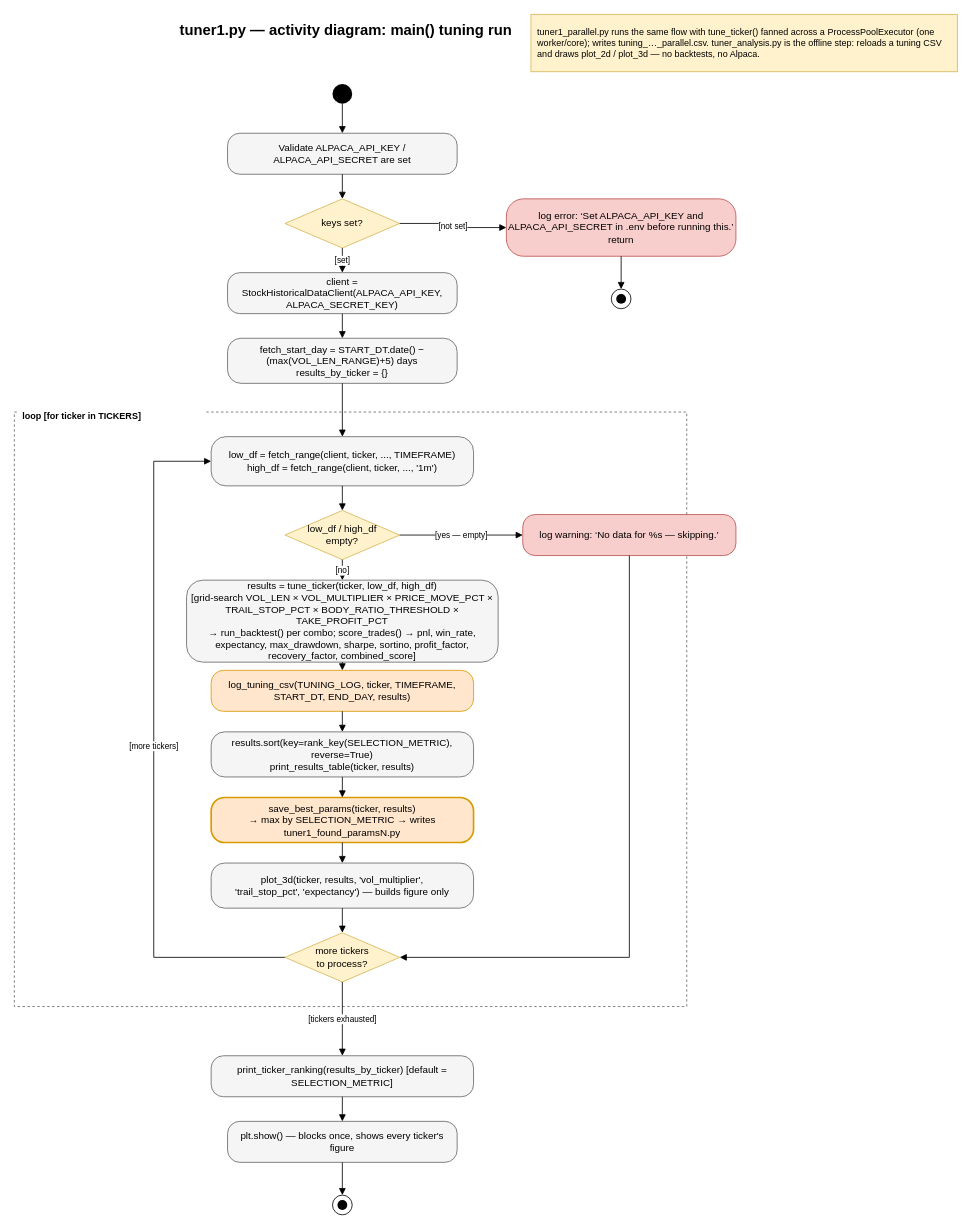
The draw.io diagram page "action_tuner1" (3 of 7) of system.drawio in artgme/r7trader, before the edit. Source tidied: cells renumbered, new cells numbered last; positions are measured from the earlier drawing's top-left corner, leaving out a move shared by most shapes. Both pictures are drawn from the tidied source at 82%, with x=0, y=0 at pixel (14, 14).
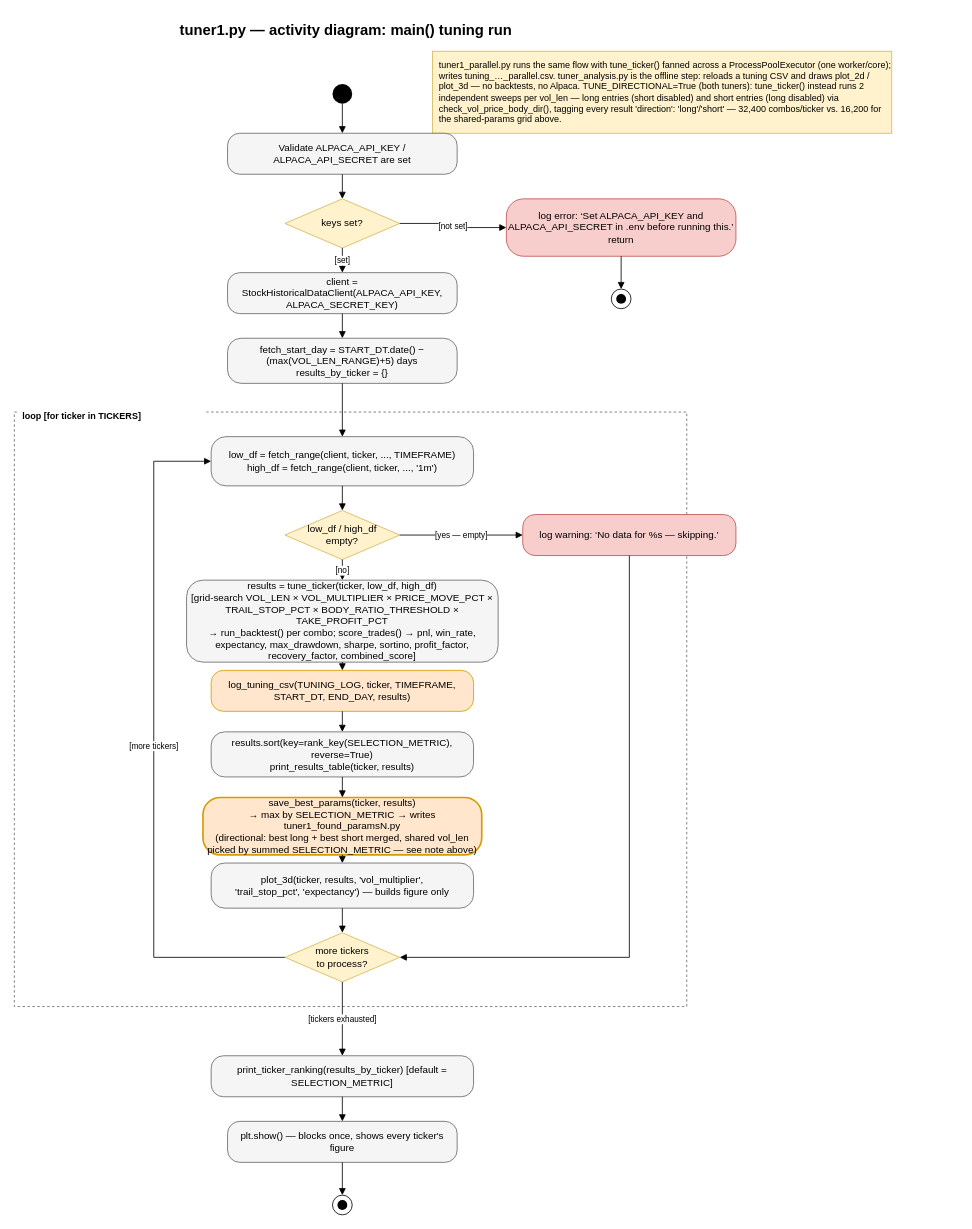
The same diagram, later.

The edit, as a diff of the source:
```diff
@@
-    <mxCell id="3" value="tuner1_parallel.py runs the same flow with tune_ticker() fanned across a ProcessPoolExecutor (one worker/core); writes tuning_…_parallel.csv. tuner_analysis.py is the offline step: reloads a tuning CSV and draws plot_2d / plot_3d — no backtests, no Alpaca." style="rounded=0;whiteSpace=wrap;html=1;fillColor=#fff2cc;strokeColor=#d6b656;align=left;spacingLeft=6;fontSize=11;" parent="1" vertex="1">
-      <mxGeometry x="630" width="520" height="70" as="geometry" />
+    <mxCell id="3" value="tuner1_parallel.py runs the same flow with tune_ticker() fanned across a ProcessPoolExecutor (one worker/core); writes tuning_…_parallel.csv. tuner_analysis.py is the offline step: reloads a tuning CSV and draws plot_2d / plot_3d — no backtests, no Alpaca. TUNE_DIRECTIONAL=True (both tuners): tune_ticker() instead runs 2 independent sweeps per vol_len — long entries (short disabled) and short entries (long disabled) via check_vol_price_body_dir(), tagging every result 'direction': 'long'/'short' — 32,400 combos/ticker vs. 16,200 for the shared-params grid above." style="rounded=0;whiteSpace=wrap;html=1;fillColor=#fff2cc;strokeColor=#d6b656;align=left;spacingLeft=6;fontSize=11;" parent="1" vertex="1">
+      <mxGeometry x="510" y="45" width="560" height="100" as="geometry" />
     </mxCell>
@@
-    <mxCell id="20" value="save_best_params(ticker, results)&lt;br&gt;→ max by SELECTION_METRIC → writes tuner1_found_paramsN.py" style="rounded=1;arcSize=30;whiteSpace=wrap;html=1;fillColor=#ffe6cc;strokeColor=#d79b00;strokeWidth=2;" parent="1" vertex="1">
-      <mxGeometry x="240" y="955" width="320" height="55" as="geometry" />
+    <mxCell id="20" value="save_best_params(ticker, results)&lt;br&gt;→ max by SELECTION_METRIC → writes tuner1_found_paramsN.py&lt;br&gt;(directional: best long + best short merged, shared vol_len&lt;br&gt;picked by summed SELECTION_METRIC — see note above)" style="rounded=1;arcSize=30;whiteSpace=wrap;html=1;fillColor=#ffe6cc;strokeColor=#d79b00;strokeWidth=2;" parent="1" vertex="1">
+      <mxGeometry x="230" y="955" width="340" height="70" as="geometry" />
     </mxCell>
```
